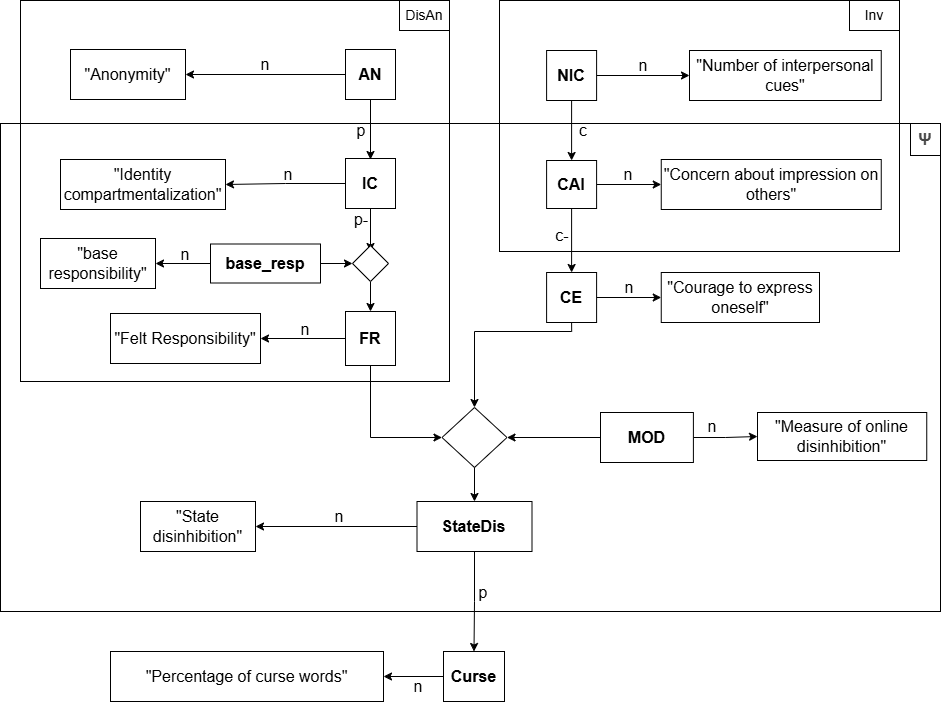
Above: doc/Online Disinhibition Effect VAST.png in SofiaLuchiean/Online_Disinhibition_Effect (draw.io), before the change. Source tidied: cells renumbered, new cells last; positions are measured from the earlier drawing's top-left corner, leaving out a move shared by most shapes.
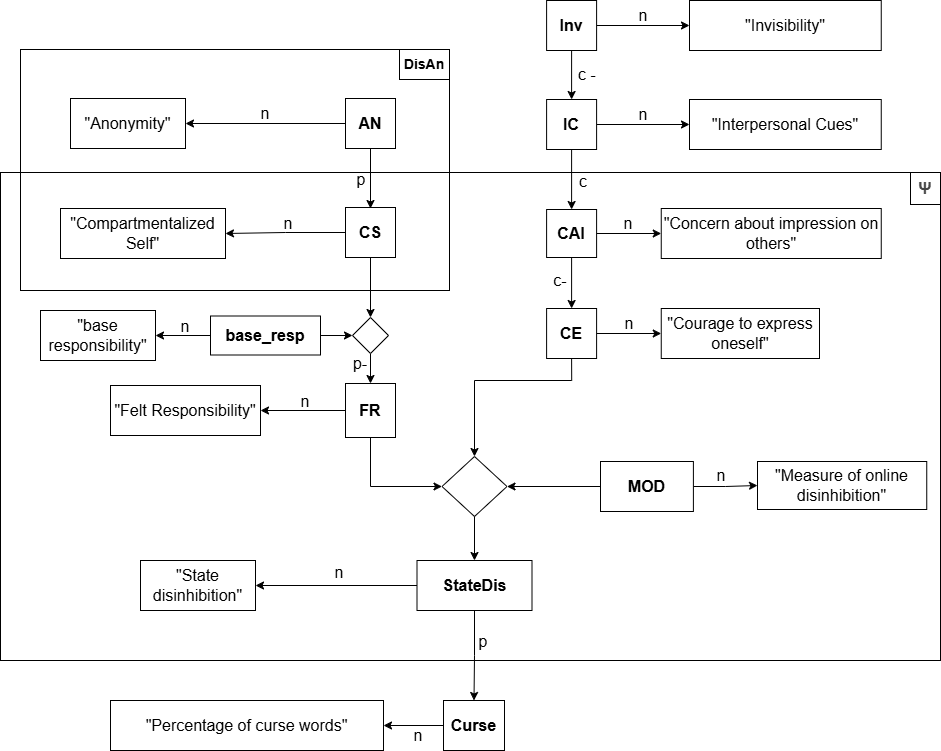
Above is the later version.

What changed in the source:
```diff
@@ -2,14 +2,11 @@
   <root>
     <mxCell id="0" />
     <mxCell id="1" parent="0" />
-    <mxCell id="2" style="rounded=0;whiteSpace=wrap;html=1;fillColor=none;" parent="1" vertex="1">
-      <mxGeometry x="499" width="400" height="251" as="geometry" />
-    </mxCell>
     <mxCell id="3" style="rounded=0;whiteSpace=wrap;html=1;fillColor=none;fontSize=16;" parent="1" vertex="1">
       <mxGeometry y="123" width="940" height="488" as="geometry" />
     </mxCell>
     <mxCell id="4" style="rounded=0;whiteSpace=wrap;html=1;fillColor=none;" parent="1" vertex="1">
-      <mxGeometry x="20" width="429" height="381" as="geometry" />
+      <mxGeometry x="20" width="429" height="241" as="geometry" />
     </mxCell>
     <mxCell id="5" value="&lt;span style=&quot;color: rgb(71, 71, 71); font-family: &amp;quot;Google Sans&amp;quot;, Arial, sans-serif; background-color: rgb(255, 255, 255);&quot;&gt;&lt;font&gt;&lt;b&gt;Ψ&lt;/b&gt;&lt;/font&gt;&lt;/span&gt;" style="rounded=0;whiteSpace=wrap;html=1;fontSize=16;align=center;" parent="1" vertex="1">
       <mxGeometry x="910" y="123" width="30" height="32" as="geometry" />
@@ -17,11 +14,11 @@
     <mxCell id="6" value="&quot;Anonymity&quot;" style="rounded=0;whiteSpace=wrap;html=1;fontSize=16;" parent="1" vertex="1">
       <mxGeometry x="70" y="49" width="115" height="50" as="geometry" />
     </mxCell>
-    <mxCell id="7" value="&lt;font&gt;&quot;Number of interpersonal cues&quot;&lt;/font&gt;" style="rounded=0;whiteSpace=wrap;html=1;fontSize=16;" parent="1" vertex="1">
+    <mxCell id="7" value="&lt;font&gt;&quot;Interpersonal Cues&quot;&lt;/font&gt;" style="rounded=0;whiteSpace=wrap;html=1;fontSize=16;" parent="1" vertex="1">
       <mxGeometry x="689" y="50" width="191.8" height="50" as="geometry" />
     </mxCell>
     <mxCell id="8" value="&quot;Felt Responsibility&quot;" style="rounded=0;whiteSpace=wrap;html=1;fontSize=16;" parent="1" vertex="1">
-      <mxGeometry x="110" y="313" width="150" height="50" as="geometry" />
+      <mxGeometry x="110" y="336" width="150" height="50" as="geometry" />
     </mxCell>
     <mxCell id="9" value="&quot;Concern about impression on others&quot;" style="rounded=0;whiteSpace=wrap;html=1;fontSize=16;" parent="1" vertex="1">
       <mxGeometry x="660.8" y="159" width="220" height="50" as="geometry" />
@@ -49,7 +46,7 @@
     <mxCell id="16" style="edgeStyle=orthogonalEdgeStyle;rounded=0;jettySize=auto;html=1;exitX=1;exitY=0.5;exitDx=0;exitDy=0;entryX=0;entryY=0.5;entryDx=0;entryDy=0;" parent="1" edge="1" source="17" target="7">
       <mxGeometry relative="1" as="geometry" />
     </mxCell>
-    <mxCell id="17" value="&lt;font&gt;&lt;b&gt;NIC&lt;/b&gt;&lt;/font&gt;" style="rounded=0;whiteSpace=wrap;html=1;fontSize=16;" parent="1" vertex="1">
+    <mxCell id="17" value="&lt;font&gt;&lt;b&gt;IC&lt;/b&gt;&lt;/font&gt;" style="rounded=0;whiteSpace=wrap;html=1;fontSize=16;" parent="1" vertex="1">
       <mxGeometry x="546.1" y="50" width="50" height="50" as="geometry" />
     </mxCell>
     <mxCell id="18" style="edgeStyle=orthogonalEdgeStyle;rounded=0;jettySize=auto;html=1;entryX=0.5;entryY=0;entryDx=0;entryDy=0;exitX=0.5;exitY=1;exitDx=0;exitDy=0;" parent="1" edge="1" source="47" target="11">
@@ -76,7 +73,7 @@
       <mxGeometry relative="1" as="geometry" />
     </mxCell>
     <mxCell id="24" value="&lt;font&gt;&lt;b&gt;FR&lt;/b&gt;&lt;/font&gt;" style="rounded=0;whiteSpace=wrap;html=1;fontSize=16;" parent="1" vertex="1">
-      <mxGeometry x="345" y="311" width="50" height="54" as="geometry" />
+      <mxGeometry x="345" y="334" width="50" height="54" as="geometry" />
     </mxCell>
     <mxCell id="25" style="edgeStyle=orthogonalEdgeStyle;rounded=0;jettySize=auto;html=1;exitX=0.5;exitY=1;exitDx=0;exitDy=0;entryX=0.5;entryY=0;entryDx=0;entryDy=0;" parent="1" edge="1" source="11" target="57">
       <mxGeometry relative="1" as="geometry" />
@@ -94,7 +91,7 @@
       <mxGeometry x="260" y="59" width="10" height="10" as="geometry" />
     </mxCell>
     <mxCell id="30" value="n" style="text;html=1;whiteSpace=wrap;strokeColor=none;fillColor=none;align=center;verticalAlign=middle;rounded=0;fontSize=16;" parent="1" vertex="1">
-      <mxGeometry x="300" y="324" width="10" height="10" as="geometry" />
+      <mxGeometry x="300" y="347" width="10" height="10" as="geometry" />
     </mxCell>
     <mxCell id="31" value="n" style="text;html=1;whiteSpace=wrap;strokeColor=none;fillColor=none;align=center;verticalAlign=middle;rounded=0;fontSize=16;" parent="1" vertex="1">
       <mxGeometry x="637.5" y="60" width="10" height="10" as="geometry" />
@@ -103,57 +100,52 @@
       <mxGeometry x="623" y="169" width="10" height="10" as="geometry" />
     </mxCell>
     <mxCell id="33" value="n" style="text;html=1;whiteSpace=wrap;strokeColor=none;fillColor=none;align=center;verticalAlign=middle;rounded=0;fontSize=16;" parent="1" vertex="1">
-      <mxGeometry x="707" y="421" width="10" height="10" as="geometry" />
+      <mxGeometry x="716" y="421" width="10" height="10" as="geometry" />
     </mxCell>
     <mxCell id="34" value="p" style="text;html=1;whiteSpace=wrap;strokeColor=none;fillColor=none;align=center;verticalAlign=middle;rounded=0;fontSize=16;" parent="1" vertex="1">
       <mxGeometry x="356" y="125" width="10" height="10" as="geometry" />
     </mxCell>
     <mxCell id="35" value="c" style="text;html=1;whiteSpace=wrap;strokeColor=none;fillColor=none;align=center;verticalAlign=middle;rounded=0;fontSize=16;" parent="1" vertex="1">
-      <mxGeometry x="578" y="125" width="10" height="10" as="geometry" />
+      <mxGeometry x="578" y="127" width="10" height="10" as="geometry" />
     </mxCell>
     <mxCell id="36" value="c" style="text;html=1;whiteSpace=wrap;strokeColor=none;fillColor=none;align=center;verticalAlign=middle;rounded=0;fontSize=16;" parent="1" vertex="1">
       <mxGeometry x="477.5" y="521" width="10" height="10" as="geometry" />
     </mxCell>
-    <mxCell id="37" value="Inv" style="rounded=0;whiteSpace=wrap;html=1;fontSize=14;" parent="1" vertex="1">
-      <mxGeometry x="849" width="50" height="30" as="geometry" />
-    </mxCell>
-    <mxCell id="38" value="DisAn" style="rounded=0;whiteSpace=wrap;html=1;fontSize=14;" parent="1" vertex="1">
+    <mxCell id="38" value="&lt;b&gt;DisAn&lt;/b&gt;" style="rounded=0;whiteSpace=wrap;html=1;fontSize=14;" parent="1" vertex="1">
       <mxGeometry x="399" width="50" height="30" as="geometry" />
     </mxCell>
-    <mxCell id="39" value="&quot;Identity compartmentalization&quot;" style="rounded=0;whiteSpace=wrap;html=1;fontSize=16;" parent="1" vertex="1">
+    <mxCell id="39" value="&quot;Compartmentalized Self&quot;" style="rounded=0;whiteSpace=wrap;html=1;fontSize=16;" parent="1" vertex="1">
       <mxGeometry x="60" y="159" width="165" height="50" as="geometry" />
     </mxCell>
-    <mxCell id="40" style="edgeStyle=orthogonalEdgeStyle;rounded=0;jettySize=auto;html=1;exitX=0.5;exitY=1;exitDx=0;exitDy=0;" parent="1" edge="1" source="42">
-      <mxGeometry relative="1" as="geometry">
-        <mxPoint x="370" y="251" as="targetPoint" />
-      </mxGeometry>
+    <mxCell id="40" style="edgeStyle=orthogonalEdgeStyle;rounded=0;jettySize=auto;html=1;exitX=0.5;exitY=1;exitDx=0;exitDy=0;entryX=0.5;entryY=0;entryDx=0;entryDy=0;" parent="1" edge="1" source="42" target="61">
+      <mxGeometry relative="1" as="geometry" />
     </mxCell>
     <mxCell id="41" style="edgeStyle=orthogonalEdgeStyle;rounded=0;jettySize=auto;html=1;exitX=0;exitY=0.5;exitDx=0;exitDy=0;entryX=1;entryY=0.5;entryDx=0;entryDy=0;" parent="1" edge="1" source="42" target="39">
       <mxGeometry relative="1" as="geometry" />
     </mxCell>
-    <mxCell id="42" value="&lt;font&gt;&lt;b&gt;IC&lt;/b&gt;&lt;/font&gt;" style="rounded=0;whiteSpace=wrap;html=1;fontSize=16;" parent="1" vertex="1">
+    <mxCell id="42" value="&lt;b&gt;CS&lt;/b&gt;" style="rounded=0;whiteSpace=wrap;html=1;fontSize=16;" parent="1" vertex="1">
       <mxGeometry x="345" y="158" width="50" height="50" as="geometry" />
     </mxCell>
     <mxCell id="43" value="n" style="text;html=1;whiteSpace=wrap;strokeColor=none;fillColor=none;align=center;verticalAlign=middle;rounded=0;fontSize=16;" parent="1" vertex="1">
       <mxGeometry x="283" y="169" width="10" height="10" as="geometry" />
     </mxCell>
     <mxCell id="44" value="p-" style="text;html=1;whiteSpace=wrap;strokeColor=none;fillColor=none;align=center;verticalAlign=middle;rounded=0;fontSize=16;" parent="1" vertex="1">
-      <mxGeometry x="356" y="214" width="10" height="10" as="geometry" />
+      <mxGeometry x="355" y="309" width="10" height="10" as="geometry" />
     </mxCell>
     <mxCell id="45" value="&quot;Courage to express oneself&quot;" style="rounded=0;whiteSpace=wrap;html=1;fontSize=16;" parent="1" vertex="1">
-      <mxGeometry x="660.8" y="272" width="158.2" height="50" as="geometry" />
+      <mxGeometry x="660.8" y="259" width="158.2" height="50" as="geometry" />
     </mxCell>
     <mxCell id="46" style="edgeStyle=orthogonalEdgeStyle;rounded=0;jettySize=auto;html=1;exitX=1;exitY=0.5;exitDx=0;exitDy=0;entryX=0;entryY=0.5;entryDx=0;entryDy=0;" parent="1" edge="1" source="47" target="45">
       <mxGeometry relative="1" as="geometry" />
     </mxCell>
     <mxCell id="47" value="&lt;font&gt;&lt;b&gt;CE&lt;/b&gt;&lt;/font&gt;" style="rounded=0;whiteSpace=wrap;html=1;fontSize=16;" parent="1" vertex="1">
-      <mxGeometry x="546.1" y="272" width="50" height="50" as="geometry" />
+      <mxGeometry x="546.1" y="259" width="50" height="50" as="geometry" />
     </mxCell>
     <mxCell id="48" value="n" style="text;html=1;whiteSpace=wrap;strokeColor=none;fillColor=none;align=center;verticalAlign=middle;rounded=0;fontSize=16;" parent="1" vertex="1">
-      <mxGeometry x="624" y="282" width="10" height="10" as="geometry" />
+      <mxGeometry x="624" y="269" width="10" height="10" as="geometry" />
     </mxCell>
     <mxCell id="49" value="c-" style="text;html=1;whiteSpace=wrap;strokeColor=none;fillColor=none;align=center;verticalAlign=middle;rounded=0;fontSize=16;" parent="1" vertex="1">
-      <mxGeometry x="557.1" y="230" width="10" height="10" as="geometry" />
+      <mxGeometry x="555.1" y="226" width="10" height="10" as="geometry" />
     </mxCell>
     <mxCell id="50" style="edgeStyle=orthogonalEdgeStyle;rounded=0;jettySize=auto;html=1;exitX=0;exitY=0.5;exitDx=0;exitDy=0;entryX=1;entryY=0.5;entryDx=0;entryDy=0;" parent="1" edge="1" source="51" target="52">
       <mxGeometry relative="1" as="geometry" />
@@ -168,7 +160,7 @@
       <mxGeometry x="413" y="681" width="10" height="10" as="geometry" />
     </mxCell>
     <mxCell id="54" value="&quot;State disinhibition&quot;" style="rounded=0;whiteSpace=wrap;html=1;fontSize=16;" parent="1" vertex="1">
-      <mxGeometry x="140" y="501" width="115" height="50" as="geometry" />
+      <mxGeometry x="140" y="511" width="115" height="50" as="geometry" />
     </mxCell>
     <mxCell id="55" style="edgeStyle=orthogonalEdgeStyle;rounded=0;jettySize=auto;html=1;exitX=0.5;exitY=1;exitDx=0;exitDy=0;entryX=0.5;entryY=0;entryDx=0;entryDy=0;" parent="1" edge="1" source="57" target="51">
       <mxGeometry relative="1" as="geometry" />
@@ -177,10 +169,10 @@
       <mxGeometry relative="1" as="geometry" />
     </mxCell>
     <mxCell id="57" value="&lt;b&gt;StateDis&lt;/b&gt;" style="rounded=0;whiteSpace=wrap;html=1;fontSize=16;" parent="1" vertex="1">
-      <mxGeometry x="416.5" y="501" width="115" height="50" as="geometry" />
+      <mxGeometry x="416.5" y="511" width="115" height="50" as="geometry" />
     </mxCell>
     <mxCell id="58" value="n" style="text;html=1;whiteSpace=wrap;strokeColor=none;fillColor=none;align=center;verticalAlign=middle;rounded=0;fontSize=16;" parent="1" vertex="1">
-      <mxGeometry x="333.5" y="511" width="10" height="10" as="geometry" />
+      <mxGeometry x="333.5" y="518" width="10" height="10" as="geometry" />
     </mxCell>
     <mxCell id="59" value="p" style="text;html=1;whiteSpace=wrap;strokeColor=none;fillColor=none;align=center;verticalAlign=middle;rounded=0;fontSize=16;" parent="1" vertex="1">
       <mxGeometry x="477.5" y="587" width="10" height="10" as="geometry" />
@@ -189,7 +181,7 @@
       <mxGeometry relative="1" as="geometry" />
     </mxCell>
     <mxCell id="61" style="rhombus;whiteSpace=wrap;html=1;fontSize=16;" parent="1" vertex="1">
-      <mxGeometry x="352" y="245" width="36" height="36" as="geometry" />
+      <mxGeometry x="352" y="268" width="36" height="36" as="geometry" />
     </mxCell>
     <mxCell id="62" style="edgeStyle=orthogonalEdgeStyle;rounded=0;jettySize=auto;html=1;exitX=1;exitY=0.5;exitDx=0;exitDy=0;entryX=0;entryY=0.5;entryDx=0;entryDy=0;" parent="1" edge="1" source="64" target="61">
       <mxGeometry relative="1" as="geometry" />
@@ -198,13 +190,31 @@
       <mxGeometry relative="1" as="geometry" />
     </mxCell>
     <mxCell id="64" value="&lt;font&gt;&lt;b&gt;base_resp&lt;/b&gt;&lt;/font&gt;" style="rounded=0;whiteSpace=wrap;html=1;fontSize=16;" parent="1" vertex="1">
-      <mxGeometry x="210" y="243.5" width="110" height="39" as="geometry" />
+      <mxGeometry x="210" y="266.5" width="110" height="39" as="geometry" />
     </mxCell>
     <mxCell id="65" value="&quot;base responsibility&quot;" style="rounded=0;whiteSpace=wrap;html=1;fontSize=16;" parent="1" vertex="1">
-      <mxGeometry x="40" y="238" width="115" height="50" as="geometry" />
+      <mxGeometry x="40" y="261" width="115" height="50" as="geometry" />
     </mxCell>
     <mxCell id="66" value="n" style="text;html=1;whiteSpace=wrap;strokeColor=none;fillColor=none;align=center;verticalAlign=middle;rounded=0;fontSize=16;" parent="1" vertex="1">
-      <mxGeometry x="180" y="249" width="10" height="10" as="geometry" />
+      <mxGeometry x="180" y="272" width="10" height="10" as="geometry" />
     </mxCell>
+    <mxCell id="67" value="&lt;font&gt;&quot;Invisibility&quot;&lt;/font&gt;" style="rounded=0;whiteSpace=wrap;html=1;fontSize=16;" parent="1" vertex="1">
+      <mxGeometry x="689" y="-49" width="191.8" height="50" as="geometry" />
+    </mxCell>
+    <mxCell id="68" style="edgeStyle=orthogonalEdgeStyle;rounded=0;jettySize=auto;html=1;exitX=1;exitY=0.5;exitDx=0;exitDy=0;entryX=0;entryY=0.5;entryDx=0;entryDy=0;" parent="1" edge="1" source="37" target="67">
+      <mxGeometry relative="1" as="geometry" />
+    </mxCell>
+    <mxCell id="69" style="edgeStyle=orthogonalEdgeStyle;rounded=0;jettySize=auto;html=1;exitX=0.5;exitY=1;exitDx=0;exitDy=0;entryX=0.5;entryY=0;entryDx=0;entryDy=0;" parent="1" edge="1" source="37" target="17">
+      <mxGeometry relative="1" as="geometry" />
+    </mxCell>
+    <mxCell id="37" value="&lt;font&gt;&lt;b&gt;Inv&lt;/b&gt;&lt;/font&gt;" style="rounded=0;whiteSpace=wrap;html=1;fontSize=16;" parent="1" vertex="1">
+      <mxGeometry x="546.1" y="-49" width="50" height="50" as="geometry" />
+    </mxCell>
+    <mxCell id="70" value="n" style="text;html=1;whiteSpace=wrap;strokeColor=none;fillColor=none;align=center;verticalAlign=middle;rounded=0;fontSize=16;" parent="1" vertex="1">
+      <mxGeometry x="637.5" y="-39" width="10" height="10" as="geometry" />
+    </mxCell>
+    <mxCell id="71" value="c -" style="text;html=1;whiteSpace=wrap;strokeColor=none;fillColor=none;align=center;verticalAlign=middle;rounded=0;fontSize=16;" parent="1" vertex="1">
+      <mxGeometry x="576" y="20" width="22" height="10" as="geometry" />
+    </mxCell>
   </root>
 </mxGraphModel>
```
